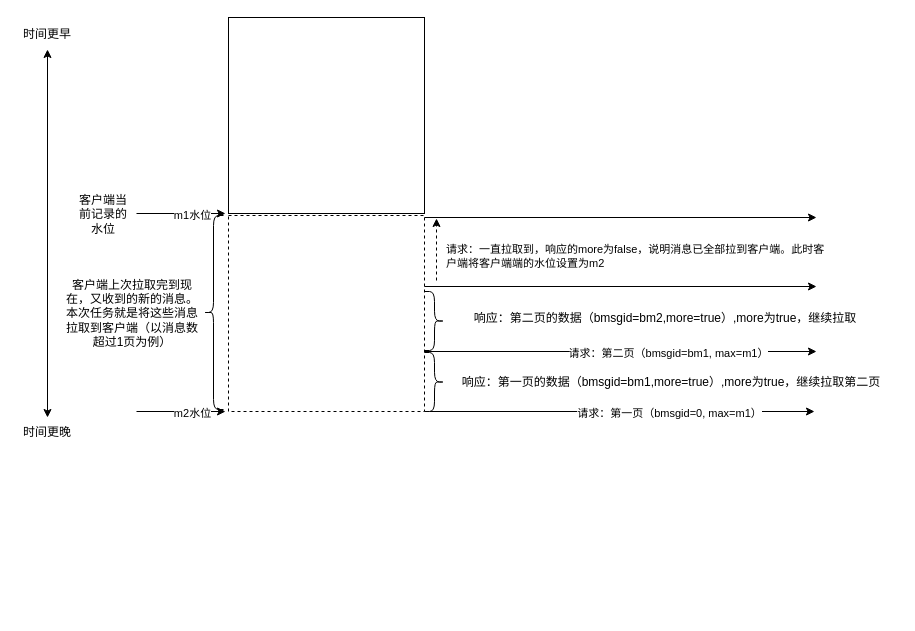
This is page "会话消息拉取示意" (20 of 20) of 系统架构0.drawio from joeytang/imgs, a draw.io file, before an edit. Source tidied: cells renumbered, new cells numbered last; positions are measured from the earlier drawing's top-left corner, leaving out a move shared by most shapes. Both pictures are drawn from the tidied source at 100%, with x=0, y=0 at pixel (17, 17).
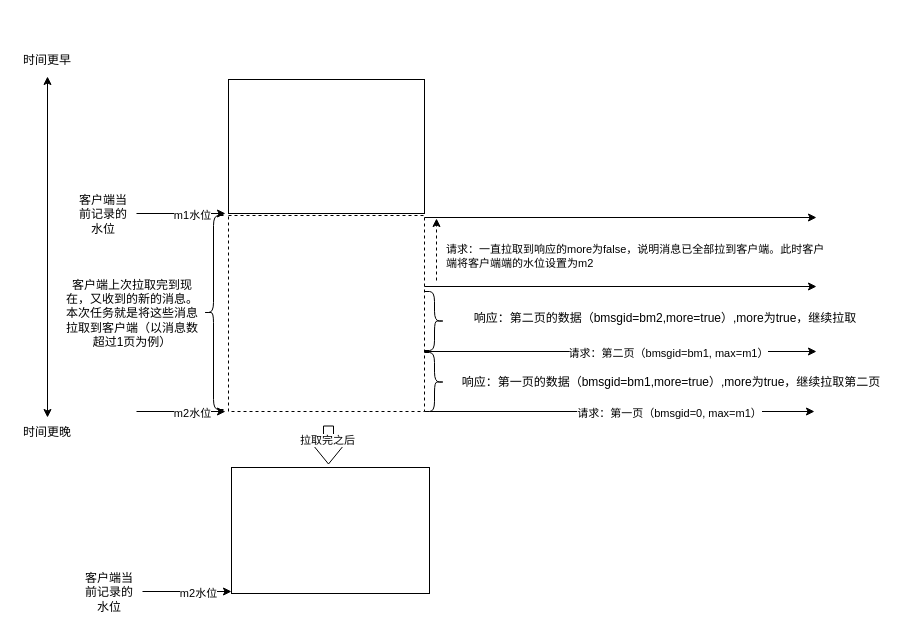
The same page after the edit.

The change refers to these unchanged cells:
```xml
<mxCell id="11" value="时间更晚" style="text;html=1;strokeColor=none;fillColor=none;align=center;verticalAlign=middle;whiteSpace=wrap;rounded=0;dashed=1;" parent="1" vertex="1">
  <mxGeometry y="400" width="60" height="30" as="geometry" />
</mxCell>
```

Diff of the diagram source:
```diff
@@
     <mxCell id="2" style="whiteSpace=wrap;html=1;" parent="1" vertex="1">
-      <mxGeometry x="211" width="196" height="196" as="geometry" />
+      <mxGeometry x="211" y="62" width="196" height="134" as="geometry" />
     </mxCell>
@@
-    <mxCell id="9" style="endArrow=classic;startArrow=classic;html=1;rounded=0;" parent="1" edge="1" source="11" target="10">
-      <mxGeometry relative="1" as="geometry" />
+    <mxCell id="9" style="endArrow=classic;startArrow=classic;html=1;rounded=0;" parent="1" edge="1" source="11">
+      <mxGeometry relative="1" as="geometry">
+        <mxPoint x="30" y="59" as="targetPoint" />
+      </mxGeometry>
     </mxCell>
     <mxCell id="10" value="时间更早" style="text;html=1;strokeColor=none;fillColor=none;align=center;verticalAlign=middle;whiteSpace=wrap;rounded=0;dashed=1;" parent="1" vertex="1">
-      <mxGeometry y="2" width="60" height="30" as="geometry" />
+      <mxGeometry y="28" width="60" height="30" as="geometry" />
     </mxCell>
@@
-    <mxCell id="24" value="&lt;span style=&quot;color: rgb(0 , 0 , 0) ; font-family: &amp;#34;helvetica&amp;#34; ; font-size: 11px ; font-style: normal ; font-weight: 400 ; letter-spacing: normal ; text-align: center ; text-indent: 0px ; text-transform: none ; word-spacing: 0px ; background-color: rgb(255 , 255 , 255) ; display: inline ; float: none&quot;&gt;请求：一直拉取到，响应的more为false，说明消息已全部拉到客户端。此时客户端将客户端端的水位设置为m2&lt;/span&gt;" style="text;whiteSpace=wrap;html=1;" parent="1" vertex="1">
+    <mxCell id="24" value="&lt;span style=&quot;color: rgb(0 , 0 , 0) ; font-family: &amp;#34;helvetica&amp;#34; ; font-size: 11px ; font-style: normal ; font-weight: 400 ; letter-spacing: normal ; text-align: center ; text-indent: 0px ; text-transform: none ; word-spacing: 0px ; background-color: rgb(255 , 255 , 255) ; display: inline ; float: none&quot;&gt;请求：一直拉取到响应的more为false，说明消息已全部拉到客户端。此时客户端将客户端端的水位设置为m2&lt;/span&gt;" style="text;whiteSpace=wrap;html=1;" parent="1" vertex="1">
       <mxGeometry x="427" y="218" width="387" height="28" as="geometry" />
     </mxCell>
@@
+    <mxCell id="26" style="shape=flexArrow;endArrow=classic;html=1;rounded=0;" parent="1" edge="1">
+      <mxGeometry relative="1" as="geometry">
+        <mxPoint x="311" y="408" as="sourcePoint" />
+        <mxPoint x="311" y="447" as="targetPoint" />
+      </mxGeometry>
+    </mxCell>
+    <mxCell id="27" value="拉取完之后" style="edgeLabel;html=1;align=center;verticalAlign=middle;" parent="26" vertex="1">
+      <mxGeometry x="-0.5" y="-3" relative="1" as="geometry">
+        <mxPoint x="1" y="4" as="offset" />
+      </mxGeometry>
+    </mxCell>
+    <mxCell id="28" style="whiteSpace=wrap;html=1;" parent="1" vertex="1">
+      <mxGeometry x="214" y="450" width="198" height="126" as="geometry" />
+    </mxCell>
+    <mxCell id="29" style="endArrow=classic;html=1;rounded=0;" parent="1" edge="1">
+      <mxGeometry relative="1" as="geometry">
+        <mxPoint x="125" y="574" as="sourcePoint" />
+        <mxPoint x="214" y="574" as="targetPoint" />
+      </mxGeometry>
+    </mxCell>
+    <mxCell id="30" value="m2水位" style="edgeLabel;html=1;align=center;verticalAlign=middle;" parent="29" vertex="1">
+      <mxGeometry x="0.24" y="-1" relative="1" as="geometry" />
+    </mxCell>
+    <mxCell id="31" value="客户端当前记录的水位" style="text;html=1;strokeColor=none;fillColor=none;align=center;verticalAlign=middle;whiteSpace=wrap;rounded=0;dashed=1;" parent="1" vertex="1">
+      <mxGeometry x="62" y="560" width="60" height="30" as="geometry" />
+    </mxCell>
```
